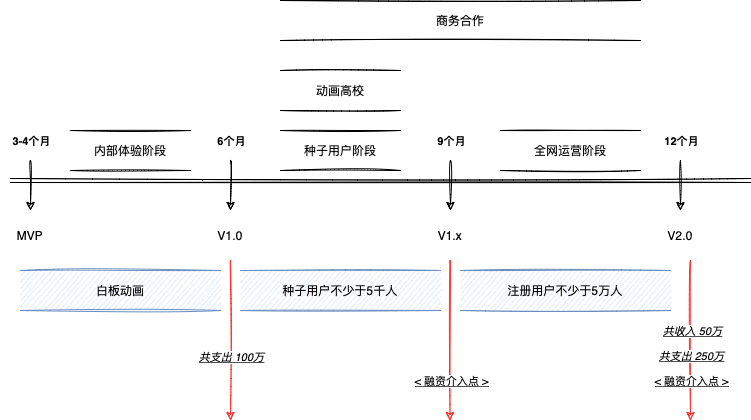
chankamlam/demo keeps this draw.io diagram as aidonghua4 Diagram.drawio.png. Above is the earlier version. Source tidied: cells renumbered, new cells last; positions are measured from the earlier drawing's top-left corner, leaving out a move shared by most shapes. Source of this version:
```xml
<mxGraphModel>
  <root>
    <mxCell id="0" />
    <mxCell id="1" parent="0" />
    <mxCell id="2" style="shape=link;html=1;rounded=0;sketch=1;curved=1;" parent="1" edge="1">
      <mxGeometry relative="1" as="geometry">
        <mxPoint x="10" y="180" as="sourcePoint" />
        <mxPoint x="750" y="180" as="targetPoint" />
      </mxGeometry>
    </mxCell>
    <mxCell id="3" style="endArrow=classic;html=1;rounded=0;sketch=1;curved=1;" parent="1" edge="1">
      <mxGeometry relative="1" as="geometry">
        <mxPoint x="30" y="160" as="sourcePoint" />
        <mxPoint x="30" y="210" as="targetPoint" />
      </mxGeometry>
    </mxCell>
    <mxCell id="4" value="3-4个月" style="edgeLabel;html=1;align=center;verticalAlign=middle;fontStyle=1;" parent="3" vertex="1">
      <mxGeometry x="-0.56" relative="1" as="geometry">
        <mxPoint y="-31" as="offset" />
      </mxGeometry>
    </mxCell>
    <mxCell id="5" style="endArrow=classic;html=1;rounded=0;sketch=1;curved=1;" parent="1" edge="1">
      <mxGeometry relative="1" as="geometry">
        <mxPoint x="230" y="160" as="sourcePoint" />
        <mxPoint x="230" y="210" as="targetPoint" />
      </mxGeometry>
    </mxCell>
    <mxCell id="6" value="6个月" style="edgeLabel;html=1;align=center;verticalAlign=middle;fontStyle=1;" parent="5" vertex="1">
      <mxGeometry x="-0.56" relative="1" as="geometry">
        <mxPoint y="-31" as="offset" />
      </mxGeometry>
    </mxCell>
    <mxCell id="7" style="endArrow=classic;html=1;rounded=0;sketch=1;curved=1;" parent="1" edge="1">
      <mxGeometry relative="1" as="geometry">
        <mxPoint x="450" y="160" as="sourcePoint" />
        <mxPoint x="450" y="210" as="targetPoint" />
      </mxGeometry>
    </mxCell>
    <mxCell id="8" value="9个月" style="edgeLabel;html=1;align=center;verticalAlign=middle;fontStyle=1;" parent="7" vertex="1">
      <mxGeometry x="-0.56" relative="1" as="geometry">
        <mxPoint y="-31" as="offset" />
      </mxGeometry>
    </mxCell>
    <mxCell id="9" style="endArrow=classic;html=1;rounded=0;sketch=1;curved=1;" parent="1" edge="1">
      <mxGeometry relative="1" as="geometry">
        <mxPoint x="680" y="160" as="sourcePoint" />
        <mxPoint x="680" y="210" as="targetPoint" />
      </mxGeometry>
    </mxCell>
    <mxCell id="10" value="12个月" style="edgeLabel;html=1;align=center;verticalAlign=middle;fontStyle=1;" parent="9" vertex="1">
      <mxGeometry x="-0.56" relative="1" as="geometry">
        <mxPoint y="-31" as="offset" />
      </mxGeometry>
    </mxCell>
    <mxCell id="11" value="MVP" style="text;html=1;strokeColor=none;fillColor=none;align=center;verticalAlign=middle;whiteSpace=wrap;rounded=0;sketch=1;" parent="1" vertex="1">
      <mxGeometry y="220" width="60" height="30" as="geometry" />
    </mxCell>
    <mxCell id="12" value="V1.0" style="text;html=1;strokeColor=none;fillColor=none;align=center;verticalAlign=middle;whiteSpace=wrap;rounded=0;sketch=1;" parent="1" vertex="1">
      <mxGeometry x="200" y="220" width="60" height="30" as="geometry" />
    </mxCell>
    <mxCell id="13" value="V1.x" style="text;html=1;strokeColor=none;fillColor=none;align=center;verticalAlign=middle;whiteSpace=wrap;rounded=0;sketch=1;" parent="1" vertex="1">
      <mxGeometry x="420" y="220" width="60" height="30" as="geometry" />
    </mxCell>
    <mxCell id="14" value="V2.0" style="text;html=1;strokeColor=none;fillColor=none;align=center;verticalAlign=middle;whiteSpace=wrap;rounded=0;sketch=1;" parent="1" vertex="1">
      <mxGeometry x="650" y="220" width="60" height="30" as="geometry" />
    </mxCell>
    <mxCell id="15" value="内部体验阶段" style="shape=partialRectangle;whiteSpace=wrap;html=1;left=0;right=0;fillColor=none;sketch=1;" parent="1" vertex="1">
      <mxGeometry x="70" y="130" width="120" height="40" as="geometry" />
    </mxCell>
    <mxCell id="16" value="种子用户阶段" style="shape=partialRectangle;whiteSpace=wrap;html=1;left=0;right=0;fillColor=none;sketch=1;" parent="1" vertex="1">
      <mxGeometry x="280" y="130" width="120" height="40" as="geometry" />
    </mxCell>
    <mxCell id="17" value="动画高校" style="shape=partialRectangle;whiteSpace=wrap;html=1;left=0;right=0;fillColor=none;sketch=1;" parent="1" vertex="1">
      <mxGeometry x="280" y="70" width="120" height="40" as="geometry" />
    </mxCell>
    <mxCell id="18" value="全网运营阶段" style="shape=partialRectangle;whiteSpace=wrap;html=1;left=0;right=0;fillColor=none;sketch=1;" parent="1" vertex="1">
      <mxGeometry x="500" y="130" width="140" height="40" as="geometry" />
    </mxCell>
    <mxCell id="19" value="白板动画" style="shape=partialRectangle;whiteSpace=wrap;html=1;left=0;right=0;fillColor=#dae8fc;sketch=1;strokeColor=#6c8ebf;" parent="1" vertex="1">
      <mxGeometry x="20" y="270" width="200" height="40" as="geometry" />
    </mxCell>
    <mxCell id="20" value="商务合作" style="shape=partialRectangle;whiteSpace=wrap;html=1;left=0;right=0;fillColor=none;sketch=1;" parent="1" vertex="1">
      <mxGeometry x="280" width="360" height="40" as="geometry" />
    </mxCell>
    <mxCell id="21" value="种子用户不少于5千人" style="shape=partialRectangle;whiteSpace=wrap;html=1;left=0;right=0;fillColor=#dae8fc;sketch=1;strokeColor=#6c8ebf;" parent="1" vertex="1">
      <mxGeometry x="240" y="270" width="200" height="40" as="geometry" />
    </mxCell>
    <mxCell id="22" value="注册用户不少于5万人" style="shape=partialRectangle;whiteSpace=wrap;html=1;left=0;right=0;fillColor=#dae8fc;sketch=1;strokeColor=#6c8ebf;" parent="1" vertex="1">
      <mxGeometry x="460" y="270" width="210" height="40" as="geometry" />
    </mxCell>
    <mxCell id="23" style="endArrow=classic;html=1;rounded=0;sketch=1;curved=1;strokeColor=#FF3333;" parent="1" edge="1">
      <mxGeometry relative="1" as="geometry">
        <mxPoint x="230" y="260" as="sourcePoint" />
        <mxPoint x="230" y="420" as="targetPoint" />
      </mxGeometry>
    </mxCell>
    <mxCell id="24" value="共支出 100万" style="edgeLabel;html=1;align=center;verticalAlign=middle;fontStyle=6;fontColor=#000000;" parent="23" vertex="1">
      <mxGeometry x="0.45" y="1" relative="1" as="geometry">
        <mxPoint x="-1" y="-20" as="offset" />
      </mxGeometry>
    </mxCell>
    <mxCell id="25" style="endArrow=classic;html=1;rounded=0;sketch=1;curved=1;strokeColor=#FF3333;" parent="1" edge="1">
      <mxGeometry relative="1" as="geometry">
        <mxPoint x="449.5" y="260" as="sourcePoint" />
        <mxPoint x="449.5" y="420" as="targetPoint" />
      </mxGeometry>
    </mxCell>
    <mxCell id="26" value="&amp;lt; 融资介入点 &amp;gt;" style="edgeLabel;html=1;align=center;verticalAlign=middle;fontStyle=4;fontColor=#000000;" parent="25" vertex="1">
      <mxGeometry x="0.45" y="1" relative="1" as="geometry">
        <mxPoint y="4" as="offset" />
      </mxGeometry>
    </mxCell>
    <mxCell id="27" style="endArrow=classic;html=1;rounded=0;sketch=1;curved=1;strokeColor=#FF3333;" parent="1" edge="1">
      <mxGeometry relative="1" as="geometry">
        <mxPoint x="690" y="260" as="sourcePoint" />
        <mxPoint x="690" y="420" as="targetPoint" />
      </mxGeometry>
    </mxCell>
    <mxCell id="28" value="共支出 250万" style="edgeLabel;html=1;align=center;verticalAlign=middle;fontStyle=6;fontColor=#000000;" parent="27" vertex="1">
      <mxGeometry x="0.45" y="1" relative="1" as="geometry">
        <mxPoint x="-1" y="-21" as="offset" />
      </mxGeometry>
    </mxCell>
    <mxCell id="29" value="&amp;lt; 融资介入点 &amp;gt;" style="edgeLabel;html=1;align=center;verticalAlign=middle;fontStyle=4;fontColor=#000000;" parent="1" vertex="1">
      <mxGeometry x="690" y="380" as="geometry" />
    </mxCell>
    <mxCell id="30" value="共收入 50万" style="edgeLabel;html=1;align=center;verticalAlign=middle;fontStyle=6;fontColor=#000000;" parent="1" vertex="1">
      <mxGeometry x="691" y="330" as="geometry" />
    </mxCell>
  </root>
</mxGraphModel>
```
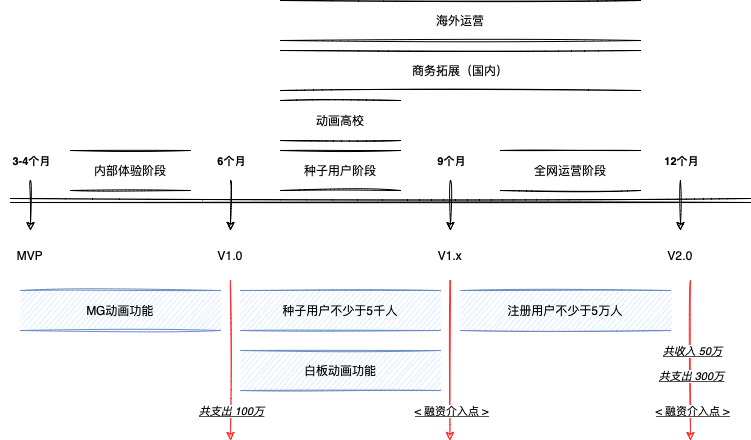
Later version of the same file.

What changed in the source:
```diff
@@ -71,16 +71,16 @@
       <mxGeometry x="280" y="130" width="120" height="40" as="geometry" />
     </mxCell>
     <mxCell id="17" value="动画高校" style="shape=partialRectangle;whiteSpace=wrap;html=1;left=0;right=0;fillColor=none;sketch=1;" parent="1" vertex="1">
-      <mxGeometry x="280" y="70" width="120" height="40" as="geometry" />
+      <mxGeometry x="280" y="80" width="120" height="40" as="geometry" />
     </mxCell>
     <mxCell id="18" value="全网运营阶段" style="shape=partialRectangle;whiteSpace=wrap;html=1;left=0;right=0;fillColor=none;sketch=1;" parent="1" vertex="1">
       <mxGeometry x="500" y="130" width="140" height="40" as="geometry" />
     </mxCell>
-    <mxCell id="19" value="白板动画" style="shape=partialRectangle;whiteSpace=wrap;html=1;left=0;right=0;fillColor=#dae8fc;sketch=1;strokeColor=#6c8ebf;" parent="1" vertex="1">
+    <mxCell id="19" value="MG动画功能" style="shape=partialRectangle;whiteSpace=wrap;html=1;left=0;right=0;fillColor=#dae8fc;sketch=1;strokeColor=#6c8ebf;" parent="1" vertex="1">
       <mxGeometry x="20" y="270" width="200" height="40" as="geometry" />
     </mxCell>
-    <mxCell id="20" value="商务合作" style="shape=partialRectangle;whiteSpace=wrap;html=1;left=0;right=0;fillColor=none;sketch=1;" parent="1" vertex="1">
-      <mxGeometry x="280" width="360" height="40" as="geometry" />
+    <mxCell id="20" value="商务拓展（国内）" style="shape=partialRectangle;whiteSpace=wrap;html=1;left=0;right=0;fillColor=none;sketch=1;" parent="1" vertex="1">
+      <mxGeometry x="280" y="30" width="360" height="40" as="geometry" />
     </mxCell>
     <mxCell id="21" value="种子用户不少于5千人" style="shape=partialRectangle;whiteSpace=wrap;html=1;left=0;right=0;fillColor=#dae8fc;sketch=1;strokeColor=#6c8ebf;" parent="1" vertex="1">
       <mxGeometry x="240" y="270" width="200" height="40" as="geometry" />
@@ -96,7 +96,7 @@
     </mxCell>
     <mxCell id="24" value="共支出 100万" style="edgeLabel;html=1;align=center;verticalAlign=middle;fontStyle=6;fontColor=#000000;" parent="23" vertex="1">
       <mxGeometry x="0.45" y="1" relative="1" as="geometry">
-        <mxPoint x="-1" y="-20" as="offset" />
+        <mxPoint x="-1" y="14" as="offset" />
       </mxGeometry>
     </mxCell>
     <mxCell id="25" style="endArrow=classic;html=1;rounded=0;sketch=1;curved=1;strokeColor=#FF3333;" parent="1" edge="1">
@@ -107,7 +107,7 @@
     </mxCell>
     <mxCell id="26" value="&amp;lt; 融资介入点 &amp;gt;" style="edgeLabel;html=1;align=center;verticalAlign=middle;fontStyle=4;fontColor=#000000;" parent="25" vertex="1">
       <mxGeometry x="0.45" y="1" relative="1" as="geometry">
-        <mxPoint y="4" as="offset" />
+        <mxPoint y="14" as="offset" />
       </mxGeometry>
     </mxCell>
     <mxCell id="27" style="endArrow=classic;html=1;rounded=0;sketch=1;curved=1;strokeColor=#FF3333;" parent="1" edge="1">
@@ -116,16 +116,22 @@
         <mxPoint x="690" y="420" as="targetPoint" />
       </mxGeometry>
     </mxCell>
-    <mxCell id="28" value="共支出 250万" style="edgeLabel;html=1;align=center;verticalAlign=middle;fontStyle=6;fontColor=#000000;" parent="27" vertex="1">
+    <mxCell id="28" value="共支出 300万" style="edgeLabel;html=1;align=center;verticalAlign=middle;fontStyle=6;fontColor=#000000;" parent="27" vertex="1">
       <mxGeometry x="0.45" y="1" relative="1" as="geometry">
         <mxPoint x="-1" y="-21" as="offset" />
       </mxGeometry>
     </mxCell>
     <mxCell id="29" value="&amp;lt; 融资介入点 &amp;gt;" style="edgeLabel;html=1;align=center;verticalAlign=middle;fontStyle=4;fontColor=#000000;" parent="1" vertex="1">
-      <mxGeometry x="690" y="380" as="geometry" />
+      <mxGeometry x="691" y="390" as="geometry" />
     </mxCell>
     <mxCell id="30" value="共收入 50万" style="edgeLabel;html=1;align=center;verticalAlign=middle;fontStyle=6;fontColor=#000000;" parent="1" vertex="1">
       <mxGeometry x="691" y="330" as="geometry" />
     </mxCell>
+    <mxCell id="31" value="海外运营" style="shape=partialRectangle;whiteSpace=wrap;html=1;left=0;right=0;fillColor=none;sketch=1;" parent="1" vertex="1">
+      <mxGeometry x="280" y="-20" width="360" height="40" as="geometry" />
+    </mxCell>
+    <mxCell id="32" value="白板动画功能" style="shape=partialRectangle;whiteSpace=wrap;html=1;left=0;right=0;fillColor=#dae8fc;sketch=1;strokeColor=#6c8ebf;" parent="1" vertex="1">
+      <mxGeometry x="240" y="330" width="200" height="40" as="geometry" />
+    </mxCell>
   </root>
 </mxGraphModel>
```
